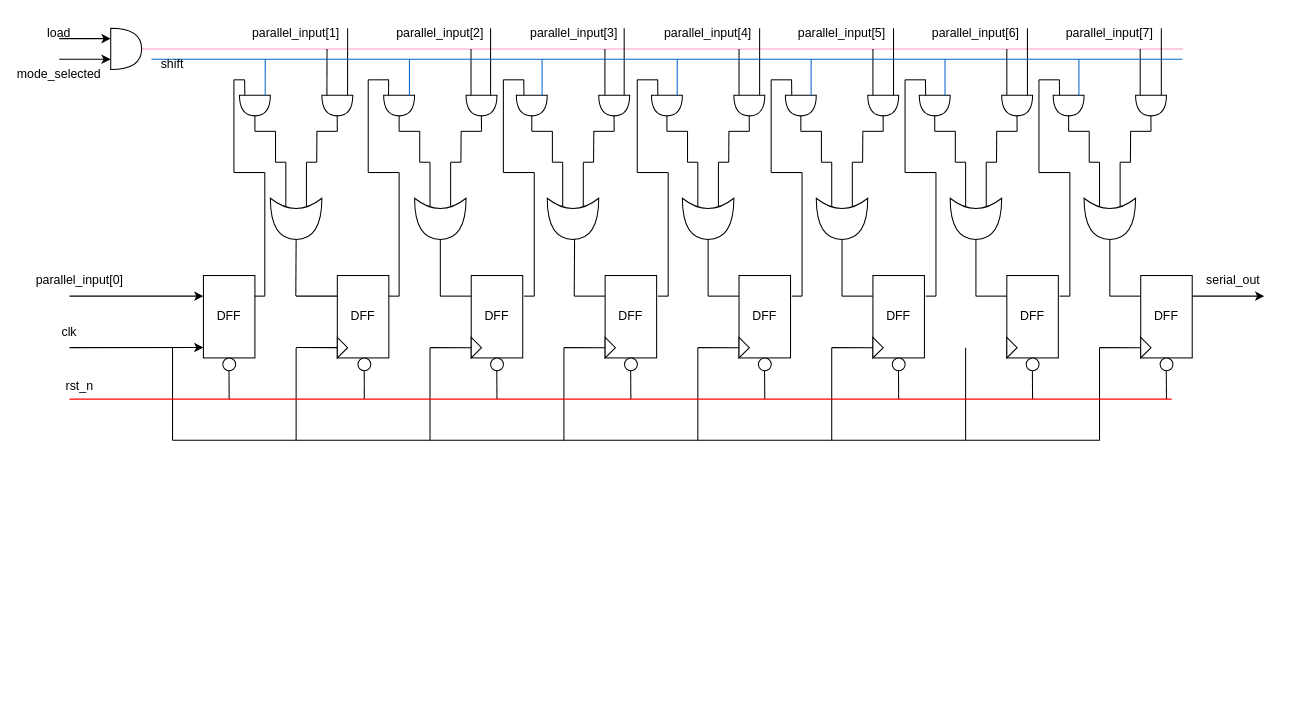
The draw.io diagram page "PISO" (3 of 4) of Untitled Diagram.drawio in 106210049/SIPO_PISO, before the edit. Source tidied: cells renumbered, new cells numbered last; positions are measured from the earlier drawing's top-left corner, leaving out a move shared by most shapes. Both pictures are drawn from the tidied source at 103%, with x=0, y=0 at pixel (28, 18).
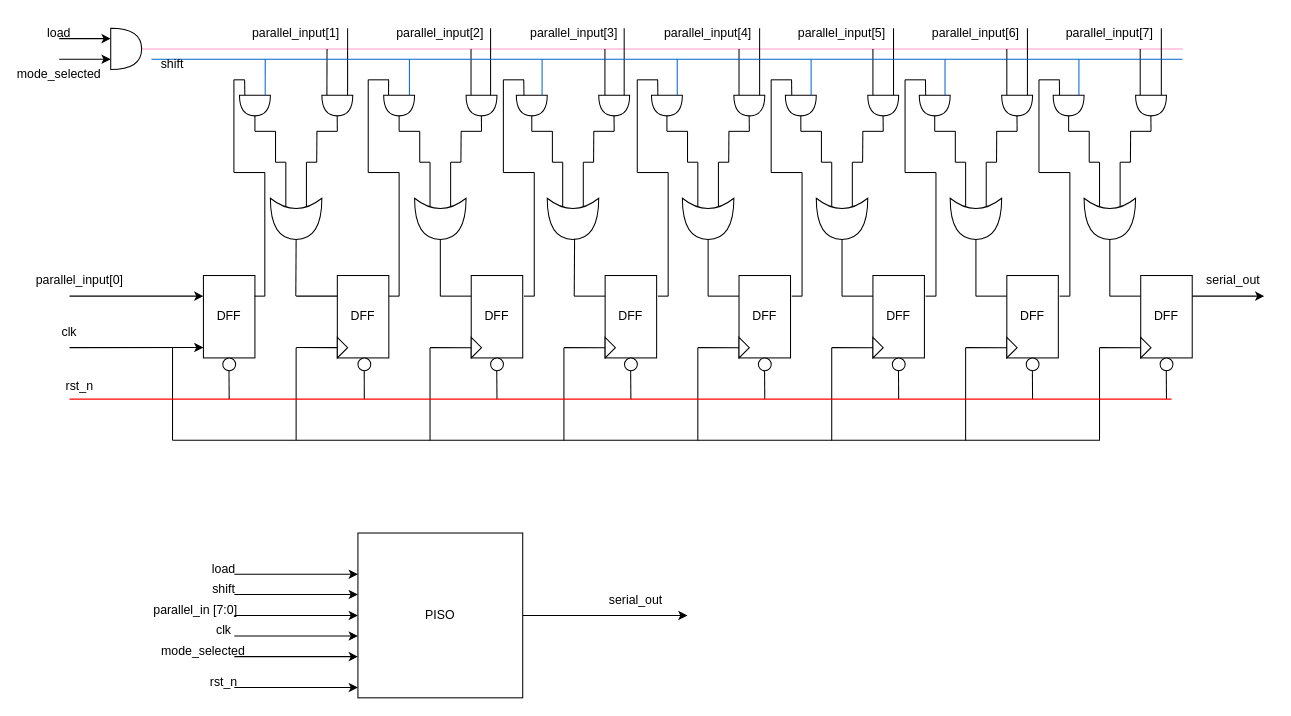
The same diagram, later.

Change to the diagram source:
```diff
@@
+    <mxCell id="239" value="PISO" style="rounded=0;whiteSpace=wrap;html=1;" parent="1" vertex="1">
+      <mxGeometry x="320" y="500" width="160" height="160" as="geometry" />
+    </mxCell>
+    <mxCell id="240" style="endArrow=classic;html=1;rounded=0;" parent="1" edge="1">
+      <mxGeometry relative="1" as="geometry">
+        <mxPoint x="200" y="540" as="sourcePoint" />
+        <mxPoint x="320" y="540" as="targetPoint" />
+      </mxGeometry>
+    </mxCell>
+    <mxCell id="241" style="endArrow=classic;html=1;rounded=0;" parent="1" edge="1">
+      <mxGeometry relative="1" as="geometry">
+        <mxPoint x="200" y="559.7" as="sourcePoint" />
+        <mxPoint x="320" y="559.7" as="targetPoint" />
+      </mxGeometry>
+    </mxCell>
+    <mxCell id="242" style="endArrow=classic;html=1;rounded=0;" parent="1" edge="1">
+      <mxGeometry relative="1" as="geometry">
+        <mxPoint x="200" y="580" as="sourcePoint" />
+        <mxPoint x="320" y="580" as="targetPoint" />
+      </mxGeometry>
+    </mxCell>
+    <mxCell id="243" style="endArrow=classic;html=1;rounded=0;" parent="1" edge="1">
+      <mxGeometry relative="1" as="geometry">
+        <mxPoint x="200" y="600" as="sourcePoint" />
+        <mxPoint x="320" y="600" as="targetPoint" />
+      </mxGeometry>
+    </mxCell>
+    <mxCell id="244" value="clk" style="text;strokeColor=none;align=center;fillColor=none;html=1;verticalAlign=middle;whiteSpace=wrap;rounded=0;" parent="1" vertex="1">
+      <mxGeometry x="175" y="580" width="30" height="30" as="geometry" />
+    </mxCell>
+    <mxCell id="245" value="parallel_in [7:0]" style="text;strokeColor=none;align=center;fillColor=none;html=1;verticalAlign=middle;whiteSpace=wrap;rounded=0;" parent="1" vertex="1">
+      <mxGeometry x="120" y="560" width="85" height="30" as="geometry" />
+    </mxCell>
+    <mxCell id="246" value="shift" style="text;strokeColor=none;align=center;fillColor=none;html=1;verticalAlign=middle;whiteSpace=wrap;rounded=0;" parent="1" vertex="1">
+      <mxGeometry x="160" y="540" width="60" height="30" as="geometry" />
+    </mxCell>
+    <mxCell id="247" value="load" style="text;strokeColor=none;align=center;fillColor=none;html=1;verticalAlign=middle;whiteSpace=wrap;rounded=0;" parent="1" vertex="1">
+      <mxGeometry x="170" y="520" width="40" height="30" as="geometry" />
+    </mxCell>
+    <mxCell id="248" value="mode_selected" style="text;strokeColor=none;align=center;fillColor=none;html=1;verticalAlign=middle;whiteSpace=wrap;rounded=0;" parent="1" vertex="1">
+      <mxGeometry x="140" y="600" width="60" height="30" as="geometry" />
+    </mxCell>
+    <mxCell id="249" style="endArrow=classic;html=1;rounded=0;" parent="1" edge="1">
+      <mxGeometry relative="1" as="geometry">
+        <mxPoint x="200" y="620" as="sourcePoint" />
+        <mxPoint x="320" y="620" as="targetPoint" />
+      </mxGeometry>
+    </mxCell>
+    <mxCell id="250" style="endArrow=classic;html=1;rounded=0;" parent="1" edge="1">
+      <mxGeometry relative="1" as="geometry">
+        <mxPoint x="480" y="580" as="sourcePoint" />
+        <mxPoint x="640" y="580" as="targetPoint" />
+      </mxGeometry>
+    </mxCell>
+    <mxCell id="251" value="serial_out" style="text;strokeColor=none;align=center;fillColor=none;html=1;verticalAlign=middle;whiteSpace=wrap;rounded=0;" parent="1" vertex="1">
+      <mxGeometry x="540" y="550" width="100" height="30" as="geometry" />
+    </mxCell>
+    <mxCell id="252" style="endArrow=classic;html=1;rounded=0;" parent="1" edge="1">
+      <mxGeometry relative="1" as="geometry">
+        <mxPoint x="200" y="650" as="sourcePoint" />
+        <mxPoint x="320" y="650" as="targetPoint" />
+      </mxGeometry>
+    </mxCell>
+    <mxCell id="253" value="rst_n" style="text;strokeColor=none;align=center;fillColor=none;html=1;verticalAlign=middle;whiteSpace=wrap;rounded=0;" parent="1" vertex="1">
+      <mxGeometry x="160" y="630" width="60" height="30" as="geometry" />
+    </mxCell>
+    <mxCell id="254" style="endArrow=none;html=1;rounded=0;" parent="1" edge="1">
+      <mxGeometry relative="1" as="geometry">
+        <mxPoint x="910" y="320" as="sourcePoint" />
+        <mxPoint x="950" y="320.2" as="targetPoint" />
+      </mxGeometry>
+    </mxCell>
```
